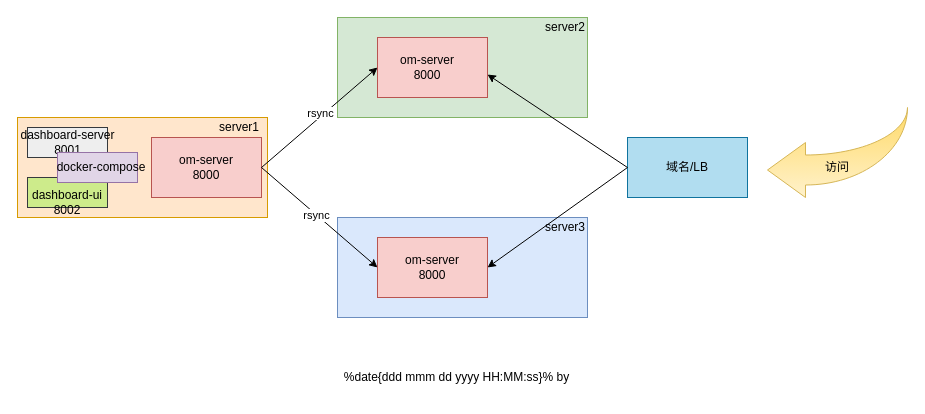
This is 服务部署.drawio from Sc-glong/diagrams, a draw.io file, before an edit. Source tidied: cells renumbered, new cells numbered last; positions are measured from the earlier drawing's top-left corner, leaving out a move shared by most shapes. Both pictures are drawn from the tidied source at 100%, with x=0, y=0 at pixel (17, 17).
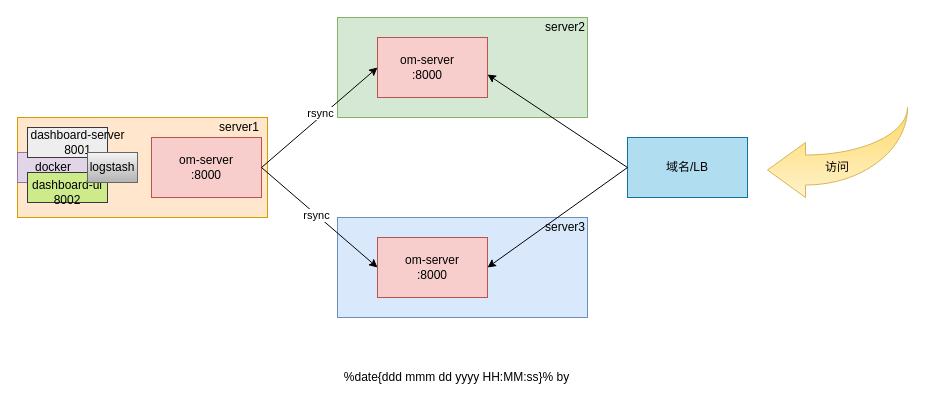
After the change.

Change to the diagram source:
```diff
@@
-    <mxCell id="12" value="om-server&lt;br&gt;8000" style="text;html=1;strokeColor=none;fillColor=none;align=center;verticalAlign=middle;whiteSpace=wrap;rounded=0;" parent="1" vertex="1">
+    <mxCell id="12" value="om-server&lt;br&gt;:8000" style="text;html=1;strokeColor=none;fillColor=none;align=center;verticalAlign=middle;whiteSpace=wrap;rounded=0;" parent="1" vertex="1">
       <mxGeometry x="159" y="135" width="60" height="30" as="geometry" />
     </mxCell>
-    <mxCell id="13" value="om-server&lt;br&gt;8000" style="text;html=1;strokeColor=none;fillColor=none;align=center;verticalAlign=middle;whiteSpace=wrap;rounded=0;" parent="1" vertex="1">
+    <mxCell id="13" value="om-server&lt;br&gt;:8000" style="text;html=1;strokeColor=none;fillColor=none;align=center;verticalAlign=middle;whiteSpace=wrap;rounded=0;" parent="1" vertex="1">
       <mxGeometry x="380" y="35" width="60" height="30" as="geometry" />
     </mxCell>
-    <mxCell id="14" value="om-server&lt;br&gt;8000" style="text;html=1;strokeColor=none;fillColor=none;align=center;verticalAlign=middle;whiteSpace=wrap;rounded=0;" parent="1" vertex="1">
+    <mxCell id="14" value="om-server&lt;br&gt;:8000" style="text;html=1;strokeColor=none;fillColor=none;align=center;verticalAlign=middle;whiteSpace=wrap;rounded=0;" parent="1" vertex="1">
       <mxGeometry x="385" y="235" width="60" height="30" as="geometry" />
     </mxCell>
@@
-    <mxCell id="19" style="rounded=0;whiteSpace=wrap;html=1;fillColor=#eeeeee;strokeColor=#36393d;" parent="1" vertex="1">
-      <mxGeometry x="10" y="110" width="80" height="30" as="geometry" />
-    </mxCell>
-    <mxCell id="20" style="rounded=0;whiteSpace=wrap;html=1;fillColor=#cdeb8b;strokeColor=#36393d;" parent="1" vertex="1">
-      <mxGeometry x="10" y="160" width="80" height="30" as="geometry" />
-    </mxCell>
-    <mxCell id="21" value="dashboard-ui&lt;br&gt;8002" style="text;html=1;strokeColor=none;fillColor=none;align=center;verticalAlign=middle;whiteSpace=wrap;rounded=0;" parent="1" vertex="1">
-      <mxGeometry x="10" y="180" width="80" height="10" as="geometry" />
-    </mxCell>
-    <mxCell id="22" value="dashboard-server&lt;br&gt;8001" style="text;html=1;strokeColor=none;fillColor=none;align=center;verticalAlign=middle;whiteSpace=wrap;rounded=0;" parent="1" vertex="1">
-      <mxGeometry x="-0.5" y="120" width="101" height="10" as="geometry" />
-    </mxCell>
     <mxCell id="23" style="rounded=0;whiteSpace=wrap;html=1;fillColor=#e1d5e7;strokeColor=#9673a6;" parent="1" vertex="1">
-      <mxGeometry x="40" y="135" width="80" height="30" as="geometry" />
+      <mxGeometry y="135" width="80" height="30" as="geometry" />
     </mxCell>
-    <mxCell id="24" value="docker-compose" style="text;html=1;strokeColor=none;fillColor=none;align=center;verticalAlign=middle;whiteSpace=wrap;rounded=0;" parent="1" vertex="1">
-      <mxGeometry x="34" y="140" width="100" height="20" as="geometry" />
+    <mxCell id="24" value="docker" style="text;html=1;strokeColor=none;fillColor=none;align=center;verticalAlign=middle;whiteSpace=wrap;rounded=0;" parent="1" vertex="1">
+      <mxGeometry x="11" y="140" width="50" height="20" as="geometry" />
     </mxCell>
@@
+    <mxCell id="19" style="rounded=0;whiteSpace=wrap;html=1;fillColor=#eeeeee;strokeColor=#36393d;" parent="1" vertex="1">
+      <mxGeometry x="10" y="110" width="80" height="30" as="geometry" />
+    </mxCell>
+    <mxCell id="20" style="rounded=0;whiteSpace=wrap;html=1;fillColor=#cdeb8b;strokeColor=#36393d;" parent="1" vertex="1">
+      <mxGeometry x="10" y="155" width="80" height="30" as="geometry" />
+    </mxCell>
+    <mxCell id="21" value="dashboard-ui&lt;br&gt;8002" style="text;html=1;strokeColor=none;fillColor=none;align=center;verticalAlign=middle;whiteSpace=wrap;rounded=0;" parent="1" vertex="1">
+      <mxGeometry x="10" y="170" width="80" height="10" as="geometry" />
+    </mxCell>
+    <mxCell id="22" value="dashboard-server&lt;br&gt;8001" style="text;html=1;strokeColor=none;fillColor=none;align=center;verticalAlign=middle;whiteSpace=wrap;rounded=0;" parent="1" vertex="1">
+      <mxGeometry x="10" y="120" width="101" height="10" as="geometry" />
+    </mxCell>
+    <mxCell id="30" style="rounded=0;whiteSpace=wrap;html=1;fillColor=#f5f5f5;strokeColor=#666666;gradientColor=#b3b3b3;" parent="1" vertex="1">
+      <mxGeometry x="70" y="135" width="50" height="30" as="geometry" />
+    </mxCell>
+    <mxCell id="31" value="logstash" style="text;html=1;strokeColor=none;fillColor=none;align=center;verticalAlign=middle;whiteSpace=wrap;rounded=0;" parent="1" vertex="1">
+      <mxGeometry x="65" y="135" width="60" height="30" as="geometry" />
+    </mxCell>
```
